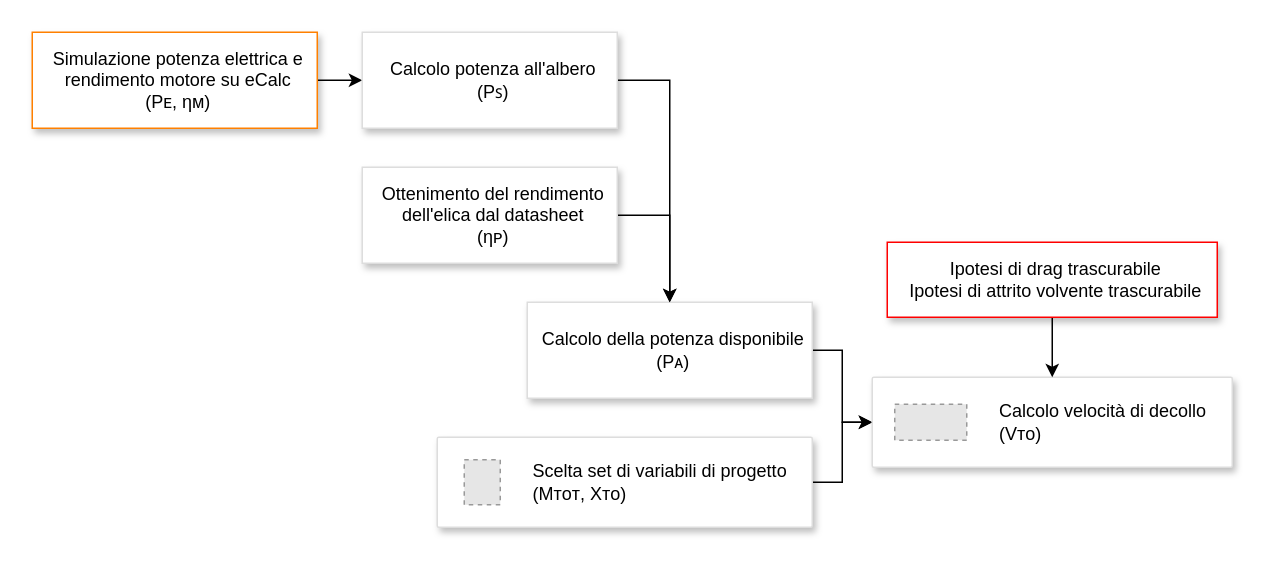
Earlier version of the draw.io diagram img/Dim-Vto.drawio (emanuele-cason/Tesi). Source tidied: cells renumbered, new cells numbered last; positions are measured from the earlier drawing's top-left corner, leaving out a move shared by most shapes. Both pictures are drawn from the tidied source at 150%, with x=0, y=0 at pixel (32, 32). Pictures stored in the file or linked from it are replaced by grey dashed boxes.
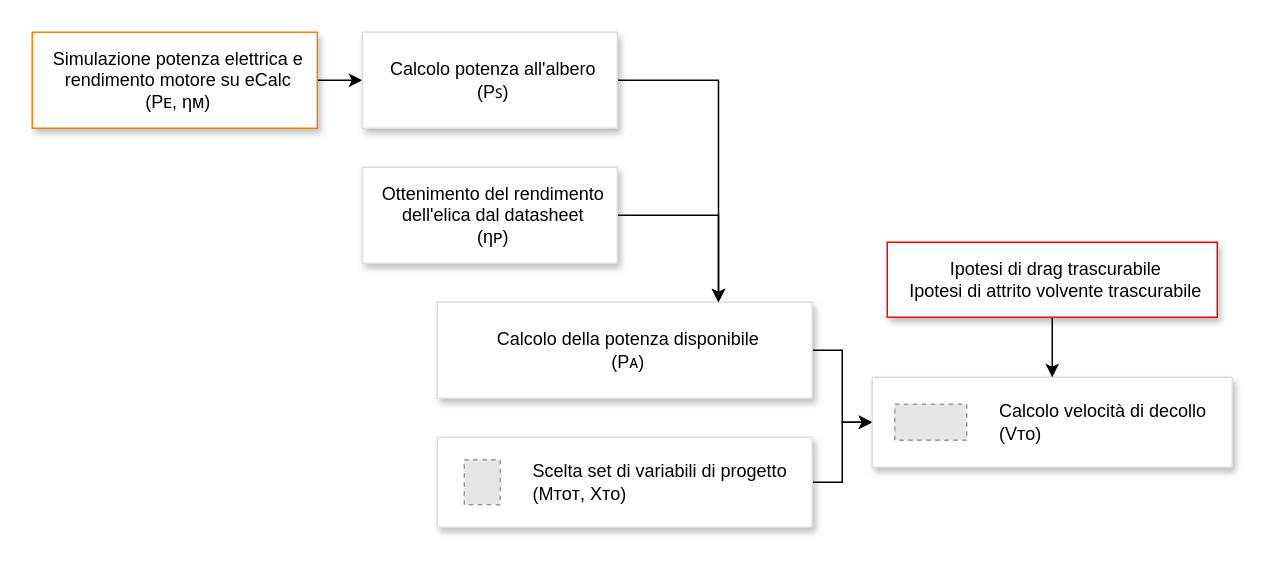
After the change.

Diff of the diagram source:
```diff
@@
 <mxGraphModel>
   <root>
     <mxCell id="0" />
     <mxCell id="1" parent="0" />
     <mxCell id="2" style="edgeStyle=orthogonalEdgeStyle;rounded=0;jettySize=auto;html=1;entryX=0;entryY=0.5;entryDx=0;entryDy=0;exitX=1;exitY=0.5;exitDx=0;exitDy=0;" parent="1" edge="1" source="15" target="11">
       <mxGeometry relative="1" as="geometry" />
     </mxCell>
     <mxCell id="3" style="edgeStyle=orthogonalEdgeStyle;rounded=0;jettySize=auto;html=1;entryX=0;entryY=0.5;entryDx=0;entryDy=0;" parent="1" edge="1" source="4" target="11">
       <mxGeometry relative="1" as="geometry" />
     </mxCell>
     <mxCell id="4" value="Calcolo della potenza disponibile&#10;(Pᴀ)" style="dashed=0;strokeColor=#dddddd;shadow=1;strokeWidth=1;labelPosition=center;verticalLabelPosition=middle;align=center;verticalAlign=middle;spacingLeft=5;fontSize=12;whiteSpace=wrap;fontStyle=0;" parent="1" vertex="1">
-      <mxGeometry x="330" y="180" width="190" height="64" as="geometry" />
+      <mxGeometry x="270" y="180" width="250" height="64" as="geometry" />
     </mxCell>
     <mxCell id="5" style="edgeStyle=orthogonalEdgeStyle;rounded=0;jettySize=auto;html=1;exitX=1;exitY=0.5;exitDx=0;exitDy=0;entryX=0;entryY=0.5;entryDx=0;entryDy=0;" parent="1" edge="1" source="6" target="8">
       <mxGeometry relative="1" as="geometry" />
     </mxCell>
     <mxCell id="6" value="Simulazione potenza elettrica e rendimento motore su eCalc&#10;(Pᴇ, ηᴍ)" style="dashed=0;strokeColor=#FF8000;shadow=1;strokeWidth=1;labelPosition=center;verticalLabelPosition=middle;align=center;verticalAlign=middle;spacingLeft=5;fontSize=12;whiteSpace=wrap;fontStyle=0;" parent="1" vertex="1">
       <mxGeometry width="190" height="64" as="geometry" />
     </mxCell>
-    <mxCell id="7" style="edgeStyle=orthogonalEdgeStyle;rounded=0;jettySize=auto;html=1;exitX=1;exitY=0.5;exitDx=0;exitDy=0;entryX=0.5;entryY=0;entryDx=0;entryDy=0;" parent="1" edge="1" source="8" target="4">
+    <mxCell id="7" style="edgeStyle=orthogonalEdgeStyle;rounded=0;jettySize=auto;html=1;exitX=1;exitY=0.5;exitDx=0;exitDy=0;entryX=0.75;entryY=0;entryDx=0;entryDy=0;" parent="1" edge="1" source="8" target="4">
       <mxGeometry relative="1" as="geometry" />
     </mxCell>
     <mxCell id="8" value="Calcolo potenza all'albero&#10;(Pꜱ)" style="dashed=0;strokeColor=#dddddd;shadow=1;strokeWidth=1;labelPosition=center;verticalLabelPosition=middle;align=center;verticalAlign=middle;spacingLeft=5;fontSize=12;whiteSpace=wrap;fontStyle=0;" parent="1" vertex="1">
       <mxGeometry x="220" width="170" height="64" as="geometry" />
     </mxCell>
-    <mxCell id="9" style="edgeStyle=orthogonalEdgeStyle;rounded=0;jettySize=auto;html=1;exitX=1;exitY=0.5;exitDx=0;exitDy=0;entryX=0.5;entryY=0;entryDx=0;entryDy=0;" parent="1" edge="1" source="10" target="4">
+    <mxCell id="9" style="edgeStyle=orthogonalEdgeStyle;rounded=0;jettySize=auto;html=1;exitX=1;exitY=0.5;exitDx=0;exitDy=0;entryX=0.75;entryY=0;entryDx=0;entryDy=0;" parent="1" edge="1" source="10" target="4">
       <mxGeometry relative="1" as="geometry" />
     </mxCell>
     <mxCell id="10" value="Ottenimento del rendimento dell'elica dal datasheet&#10;(ηᴘ)" style="dashed=0;strokeColor=#DDDDDD;shadow=1;strokeWidth=1;labelPosition=center;verticalLabelPosition=middle;align=center;verticalAlign=middle;spacingLeft=5;fontSize=12;whiteSpace=wrap;fontStyle=0;" parent="1" vertex="1">
       <mxGeometry x="220" y="90" width="170" height="64" as="geometry" />
     </mxCell>
     <mxCell id="11" style="strokeColor=#dddddd;shadow=1;strokeWidth=1;rounded=1;absoluteArcSize=1;arcSize=2;" parent="1" vertex="1">
       <mxGeometry x="560" y="230" width="240" height="60" as="geometry" />
     </mxCell>
     <mxCell id="12" value="&lt;font color=&quot;#000000&quot;&gt;Calcolo velocità di decollo&amp;nbsp;&lt;br&gt;(Vᴛᴏ)&lt;/font&gt;" style="fillColor=#E6E6E6;strokeColor=#999999;dashed=1;html=1;fontColor=#999999;verticalLabelPosition=middle;labelBackgroundColor=#ffffff;verticalAlign=middle;labelPosition=right;align=left;spacingLeft=20;" parent="11" vertex="1">
       <mxGeometry width="48" height="24" relative="1" as="geometry">
         <mxPoint x="15" y="18" as="offset" />
       </mxGeometry>
     </mxCell>
     <mxCell id="13" style="edgeStyle=orthogonalEdgeStyle;rounded=0;jettySize=auto;html=1;entryX=0.5;entryY=0;entryDx=0;entryDy=0;" parent="1" edge="1" source="14" target="11">
       <mxGeometry relative="1" as="geometry" />
     </mxCell>
     <mxCell id="14" value="Ipotesi di drag trascurabile&#10;Ipotesi di attrito volvente trascurabile" style="dashed=0;shadow=1;strokeWidth=1;labelPosition=center;verticalLabelPosition=middle;align=center;verticalAlign=middle;spacingLeft=5;fontSize=12;whiteSpace=wrap;strokeColor=#FF0000;" parent="1" vertex="1">
       <mxGeometry x="570" y="140" width="220" height="50" as="geometry" />
     </mxCell>
     <mxCell id="15" style="strokeColor=#dddddd;shadow=1;strokeWidth=1;rounded=1;absoluteArcSize=1;arcSize=2;" parent="1" vertex="1">
       <mxGeometry x="270" y="270" width="250" height="60" as="geometry" />
     </mxCell>
     <mxCell id="16" value="&lt;font color=&quot;#000000&quot;&gt;Scelta set di variabili di progetto&lt;br&gt;(Mᴛᴏᴛ, Xᴛᴏ)&lt;br&gt;&lt;/font&gt;" style="fillColor=#E6E6E6;strokeColor=#999999;dashed=1;html=1;fontColor=#999999;verticalLabelPosition=middle;labelBackgroundColor=#ffffff;verticalAlign=middle;labelPosition=right;align=left;spacingLeft=20;" parent="15" vertex="1">
       <mxGeometry width="24" height="30" relative="1" as="geometry">
         <mxPoint x="18" y="15" as="offset" />
       </mxGeometry>
     </mxCell>
   </root>
 </mxGraphModel>
```
